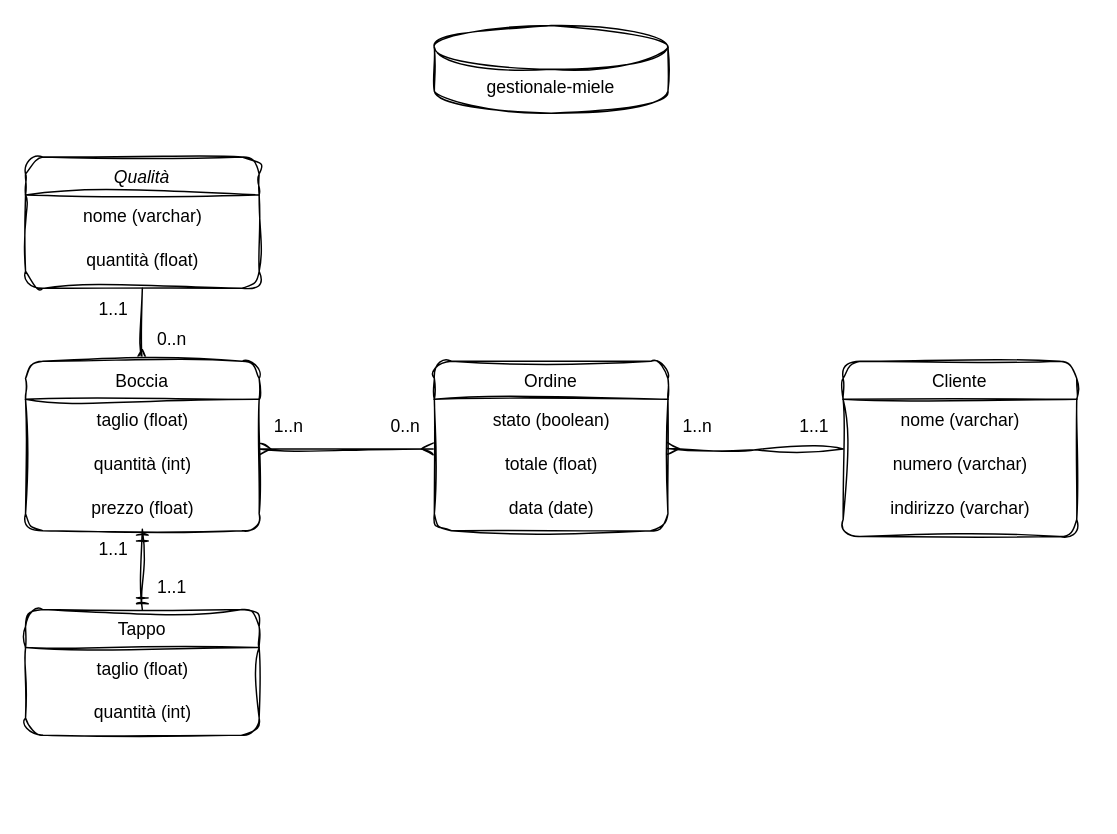
Before: gestionale-miele.drawio in DanieleSpuria/gestionale-miele, a draw.io diagram. Source tidied: cells renumbered, new cells numbered last; positions are measured from the earlier drawing's top-left corner, leaving out a move shared by most shapes. Both pictures are drawn from the tidied source at 146%, with x=0, y=0 at pixel (25, 25).
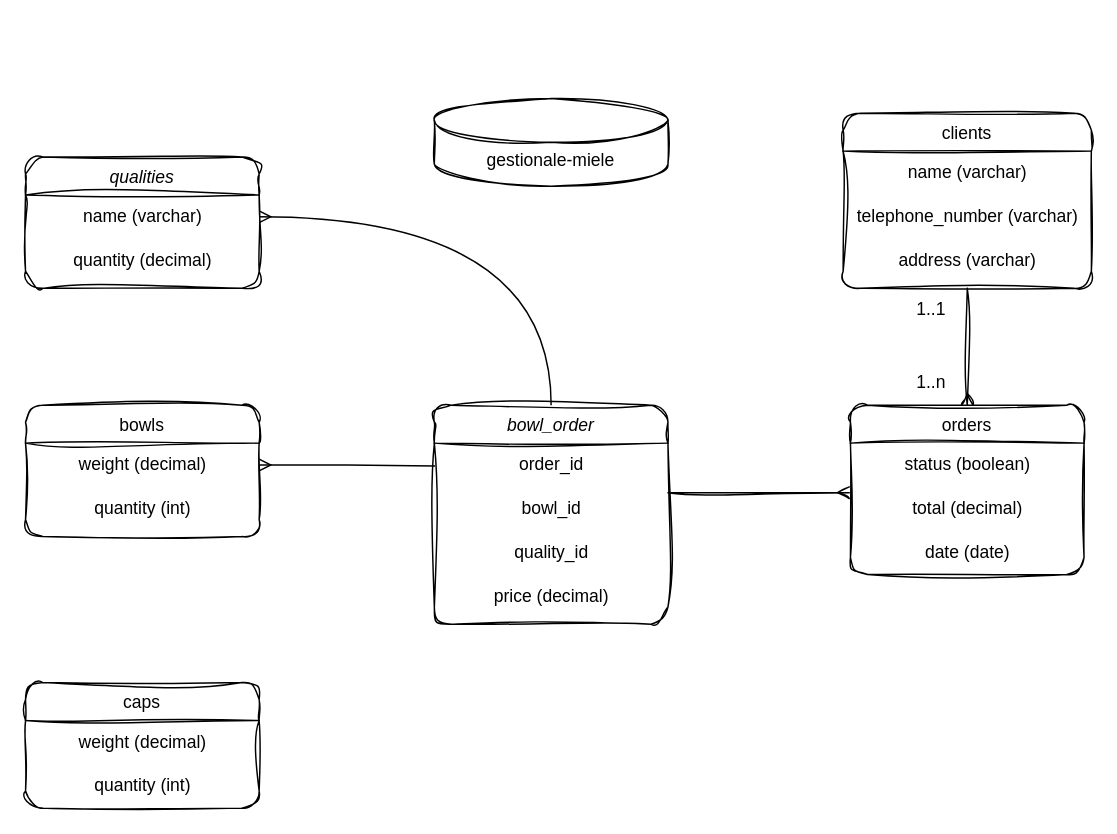
The same diagram, later.

Change to the diagram source:
```diff
@@
-    <mxCell id="2" value="Qualità" style="swimlane;fontStyle=2;align=center;verticalAlign=top;horizontal=1;startSize=26;rounded=1;shadow=0;strokeWidth=1;glass=0;swimlaneLine=1;gradientColor=none;sketch=1;curveFitting=1;jiggle=2;" parent="1" vertex="1">
+    <mxCell id="2" value="qualities" style="swimlane;fontStyle=2;align=center;verticalAlign=top;horizontal=1;startSize=26;rounded=1;shadow=0;strokeWidth=1;glass=0;swimlaneLine=1;gradientColor=none;sketch=1;curveFitting=1;jiggle=2;" parent="1" vertex="1">
       <mxGeometry y="90" width="160" height="90" as="geometry" />
     </mxCell>
-    <mxCell id="3" value="nome (varchar)" style="text;html=1;align=center;verticalAlign=middle;points=[];strokeColor=none;fillColor=none;sketch=1;curveFitting=1;jiggle=2;" parent="2" vertex="1">
+    <mxCell id="3" value="name (varchar)" style="text;html=1;align=center;verticalAlign=middle;points=[];strokeColor=none;fillColor=none;sketch=1;curveFitting=1;jiggle=2;" parent="2" vertex="1">
       <mxGeometry y="26" width="160" height="30" as="geometry" />
     </mxCell>
-    <mxCell id="4" value="quantità (float)" style="text;html=1;align=center;verticalAlign=middle;strokeColor=none;fillColor=none;sketch=1;curveFitting=1;jiggle=2;" parent="2" vertex="1">
+    <mxCell id="4" value="quantity (decimal)" style="text;html=1;align=center;verticalAlign=middle;strokeColor=none;fillColor=none;sketch=1;curveFitting=1;jiggle=2;" parent="2" vertex="1">
       <mxGeometry y="56" width="160" height="30" as="geometry" />
     </mxCell>
-    <mxCell id="5" style="edgeStyle=orthogonalEdgeStyle;rounded=0;jettySize=auto;html=1;exitX=0.5;exitY=0;exitDx=0;exitDy=0;entryX=0.5;entryY=1;entryDx=0;entryDy=0;endArrow=none;endFill=0;startArrow=ERmany;startFill=0;sketch=1;curveFitting=1;jiggle=2;" parent="1" edge="1" source="6" target="2">
-      <mxGeometry relative="1" as="geometry" />
-    </mxCell>
-    <mxCell id="6" value="Boccia" style="swimlane;fontStyle=0;align=center;verticalAlign=top;horizontal=1;startSize=26;rounded=1;shadow=0;strokeWidth=1;gradientColor=none;sketch=1;curveFitting=1;jiggle=2;" parent="1" vertex="1">
-      <mxGeometry y="230" width="160" height="116" as="geometry" />
+    <mxCell id="6" value="bowls" style="swimlane;fontStyle=0;align=center;verticalAlign=top;horizontal=1;startSize=26;rounded=1;shadow=0;strokeWidth=1;gradientColor=none;sketch=1;curveFitting=1;jiggle=2;" parent="1" vertex="1">
+      <mxGeometry y="260" width="160" height="90" as="geometry" />
     </mxCell>
-    <mxCell id="7" value="taglio (float)" style="text;html=1;align=center;verticalAlign=middle;points=[];strokeColor=none;fillColor=none;sketch=1;curveFitting=1;jiggle=2;" parent="6" vertex="1">
+    <mxCell id="7" value="weight (decimal)" style="text;html=1;align=center;verticalAlign=middle;points=[];strokeColor=none;fillColor=none;sketch=1;curveFitting=1;jiggle=2;" parent="6" vertex="1">
       <mxGeometry y="26" width="160" height="30" as="geometry" />
     </mxCell>
-    <mxCell id="8" value="quantità (int)" style="text;html=1;align=center;verticalAlign=middle;strokeColor=none;fillColor=none;" parent="6" vertex="1">
+    <mxCell id="8" value="quantity (int)" style="text;html=1;align=center;verticalAlign=middle;strokeColor=none;fillColor=none;" parent="6" vertex="1">
       <mxGeometry y="56" width="160" height="30" as="geometry" />
     </mxCell>
-    <mxCell id="9" value="prezzo (float)" style="text;html=1;align=center;verticalAlign=middle;points=[];strokeColor=none;fillColor=none;" parent="6" vertex="1">
-      <mxGeometry y="86" width="160" height="30" as="geometry" />
-    </mxCell>
-    <mxCell id="10" value="Cliente" style="swimlane;fontStyle=0;align=center;verticalAlign=top;horizontal=1;startSize=26;rounded=1;shadow=0;strokeWidth=1;gradientColor=none;sketch=1;curveFitting=1;jiggle=2;" parent="1" vertex="1">
-      <mxGeometry x="560" y="230" width="160" height="120" as="geometry" />
+    <mxCell id="10" value="clients" style="swimlane;fontStyle=0;align=center;verticalAlign=top;horizontal=1;startSize=26;rounded=1;shadow=0;strokeWidth=1;gradientColor=none;sketch=1;curveFitting=1;jiggle=2;" parent="1" vertex="1">
+      <mxGeometry x="560" y="60" width="170" height="120" as="geometry" />
     </mxCell>
-    <mxCell id="11" value="nome (varchar)" style="text;html=1;align=center;verticalAlign=middle;strokeColor=none;fillColor=none;" parent="10" vertex="1">
-      <mxGeometry y="26" width="160" height="30" as="geometry" />
+    <mxCell id="11" value="name (varchar)" style="text;html=1;align=center;verticalAlign=middle;strokeColor=none;fillColor=none;" parent="10" vertex="1">
+      <mxGeometry y="26" width="170" height="30" as="geometry" />
     </mxCell>
-    <mxCell id="12" value="numero (varchar)" style="text;html=1;align=center;verticalAlign=middle;strokeColor=none;fillColor=none;" parent="10" vertex="1">
-      <mxGeometry y="56" width="160" height="30" as="geometry" />
+    <mxCell id="12" value="telephone_number (varchar)" style="text;html=1;align=center;verticalAlign=middle;strokeColor=none;fillColor=none;" parent="10" vertex="1">
+      <mxGeometry y="56" width="170" height="30" as="geometry" />
     </mxCell>
-    <mxCell id="13" value="indirizzo (varchar)" style="text;html=1;align=center;verticalAlign=middle;strokeColor=none;fillColor=none;" parent="10" vertex="1">
-      <mxGeometry y="86" width="160" height="30" as="geometry" />
+    <mxCell id="13" value="address (varchar)" style="text;html=1;align=center;verticalAlign=middle;strokeColor=none;fillColor=none;" parent="10" vertex="1">
+      <mxGeometry y="86" width="170" height="30" as="geometry" />
     </mxCell>
-    <mxCell id="14" value="Ordine&#10;" style="swimlane;fontStyle=0;align=center;verticalAlign=top;horizontal=1;startSize=26;rounded=1;shadow=0;strokeWidth=1;gradientColor=none;sketch=1;curveFitting=1;jiggle=2;" parent="1" vertex="1">
-      <mxGeometry x="280" y="230" width="160" height="116" as="geometry" />
+    <mxCell id="14" value="orders" style="swimlane;fontStyle=0;align=center;verticalAlign=top;horizontal=1;startSize=26;rounded=1;shadow=0;strokeWidth=1;gradientColor=none;sketch=1;curveFitting=1;jiggle=2;" parent="1" vertex="1">
+      <mxGeometry x="565" y="260" width="160" height="116" as="geometry" />
     </mxCell>
-    <mxCell id="15" value="stato (boolean)" style="text;html=1;align=center;verticalAlign=middle;strokeColor=none;fillColor=none;sketch=1;curveFitting=1;jiggle=2;" parent="14" vertex="1">
+    <mxCell id="15" value="status (boolean)" style="text;html=1;align=center;verticalAlign=middle;strokeColor=none;fillColor=none;sketch=1;curveFitting=1;jiggle=2;" parent="14" vertex="1">
       <mxGeometry y="26" width="160" height="30" as="geometry" />
     </mxCell>
-    <mxCell id="16" value="totale (float)" style="text;html=1;align=center;verticalAlign=middle;points=[];strokeColor=none;fillColor=none;" parent="14" vertex="1">
+    <mxCell id="16" value="total (decimal)" style="text;html=1;align=center;verticalAlign=middle;points=[];strokeColor=none;fillColor=none;" parent="14" vertex="1">
       <mxGeometry y="56" width="160" height="30" as="geometry" />
     </mxCell>
-    <mxCell id="17" value="data (date)" style="text;html=1;align=center;verticalAlign=middle;strokeColor=none;fillColor=none;sketch=1;curveFitting=1;jiggle=2;" parent="14" vertex="1">
+    <mxCell id="17" value="date (date)" style="text;html=1;align=center;verticalAlign=middle;strokeColor=none;fillColor=none;sketch=1;curveFitting=1;jiggle=2;" parent="14" vertex="1">
       <mxGeometry y="86" width="160" height="30" as="geometry" />
     </mxCell>
     <mxCell id="18" value="gestionale-miele" style="shape=cylinder3;whiteSpace=wrap;html=1;boundedLbl=1;backgroundOutline=1;size=15;gradientColor=none;sketch=1;curveFitting=1;jiggle=2;" parent="1" vertex="1">
-      <mxGeometry x="280" width="160" height="60" as="geometry" />
+      <mxGeometry x="280" y="50" width="160" height="60" as="geometry" />
     </mxCell>
-    <mxCell id="19" value="Tappo" style="swimlane;fontStyle=0;align=center;verticalAlign=top;horizontal=1;startSize=26;rounded=1;shadow=0;strokeWidth=1;gradientColor=none;sketch=1;curveFitting=1;jiggle=2;" parent="1" vertex="1">
-      <mxGeometry y="400" width="160" height="86" as="geometry" />
+    <mxCell id="19" value="caps" style="swimlane;fontStyle=0;align=center;verticalAlign=top;horizontal=1;startSize=26;rounded=1;shadow=0;strokeWidth=1;gradientColor=none;sketch=1;curveFitting=1;jiggle=2;" parent="1" vertex="1">
+      <mxGeometry y="450" width="160" height="86" as="geometry" />
     </mxCell>
-    <mxCell id="20" value="taglio (float)" style="text;html=1;align=center;verticalAlign=middle;strokeColor=none;fillColor=none;" parent="19" vertex="1">
+    <mxCell id="20" value="weight (decimal)" style="text;html=1;align=center;verticalAlign=middle;strokeColor=none;fillColor=none;" parent="19" vertex="1">
       <mxGeometry y="26" width="160" height="30" as="geometry" />
     </mxCell>
-    <mxCell id="21" value="quantità (int)" style="text;html=1;align=center;verticalAlign=middle;strokeColor=none;fillColor=none;" parent="19" vertex="1">
+    <mxCell id="21" value="quantity (int)" style="text;html=1;align=center;verticalAlign=middle;strokeColor=none;fillColor=none;" parent="19" vertex="1">
       <mxGeometry y="56" width="160" height="30" as="geometry" />
     </mxCell>
-    <mxCell id="22" style="fontSize=12;html=1;endArrow=ERmany;startArrow=ERmany;rounded=0;entryX=-0.005;entryY=0.133;entryDx=0;entryDy=0;entryPerimeter=0;sketch=1;curveFitting=1;jiggle=2;" parent="1" edge="1" target="16">
+    <mxCell id="22" style="fontSize=12;html=1;endArrow=ERmany;startArrow=none;rounded=0;entryX=-0.005;entryY=0.133;entryDx=0;entryDy=0;entryPerimeter=0;sketch=1;curveFitting=1;jiggle=2;startFill=0;" parent="1" edge="1" target="16">
       <mxGeometry relative="1" as="geometry">
-        <mxPoint x="160" y="290" as="sourcePoint" />
+        <mxPoint x="440" y="320" as="sourcePoint" />
       </mxGeometry>
     </mxCell>
-    <mxCell id="23" value="1..n" style="text;html=1;align=center;verticalAlign=middle;strokeColor=none;fillColor=none;sketch=1;curveFitting=1;jiggle=2;" parent="1" vertex="1">
-      <mxGeometry x="160" y="260" width="40" height="30" as="geometry" />
-    </mxCell>
-    <mxCell id="24" value="0..n" style="text;html=1;align=center;verticalAlign=middle;strokeColor=none;fillColor=none;sketch=1;curveFitting=1;jiggle=2;" parent="1" vertex="1">
-      <mxGeometry x="240" y="260" width="40" height="30" as="geometry" />
-    </mxCell>
-    <mxCell id="25" value="1..1" style="text;html=1;align=center;verticalAlign=middle;strokeColor=none;fillColor=none;sketch=1;curveFitting=1;jiggle=2;" parent="1" vertex="1">
-      <mxGeometry x="40" y="180" width="40" height="30" as="geometry" />
-    </mxCell>
-    <mxCell id="26" value="0..n" style="text;html=1;align=center;verticalAlign=middle;strokeColor=none;fillColor=none;sketch=1;curveFitting=1;jiggle=2;" parent="1" vertex="1">
-      <mxGeometry x="80" y="200" width="40" height="30" as="geometry" />
-    </mxCell>
-    <mxCell id="27" style="edgeStyle=orthogonalEdgeStyle;rounded=0;jettySize=auto;html=1;endArrow=ERmany;endFill=0;entryX=0.998;entryY=0.121;entryDx=0;entryDy=0;entryPerimeter=0;sketch=1;curveFitting=1;jiggle=2;" parent="1" edge="1" target="16">
-      <mxGeometry relative="1" as="geometry">
-        <mxPoint x="560" y="290" as="sourcePoint" />
-      </mxGeometry>
+    <mxCell id="27" style="rounded=0;jettySize=auto;html=1;endArrow=ERmany;endFill=0;entryX=0.5;entryY=0;entryDx=0;entryDy=0;sketch=1;curveFitting=1;jiggle=2;exitX=0.5;exitY=1;exitDx=0;exitDy=0;" parent="1" edge="1" source="10" target="14">
+      <mxGeometry relative="1" as="geometry" />
     </mxCell>
     <mxCell id="28" value="1..n" style="text;html=1;align=center;verticalAlign=middle;strokeColor=none;fillColor=none;sketch=1;curveFitting=1;jiggle=2;" parent="1" vertex="1">
-      <mxGeometry x="440" y="260" width="40" height="30" as="geometry" />
+      <mxGeometry x="600" y="230" width="40" height="30" as="geometry" />
     </mxCell>
     <mxCell id="29" value="1..1" style="text;html=1;align=center;verticalAlign=middle;strokeColor=none;fillColor=none;sketch=1;curveFitting=1;jiggle=2;" parent="1" vertex="1">
-      <mxGeometry x="520" y="260" width="40" height="30" as="geometry" />
+      <mxGeometry x="600" y="180" width="40" height="30" as="geometry" />
     </mxCell>
-    <mxCell id="30" style="fontSize=12;html=1;endArrow=ERmandOne;startArrow=ERmandOne;rounded=0;entryX=0.5;entryY=0.967;entryDx=0;entryDy=0;entryPerimeter=0;exitX=0.5;exitY=0;exitDx=0;exitDy=0;sketch=1;curveFitting=1;jiggle=2;" parent="1" edge="1" source="19" target="9">
-      <mxGeometry relative="1" as="geometry" />
-    </mxCell>
-    <mxCell id="31" value="1..1" style="text;html=1;align=center;verticalAlign=middle;strokeColor=none;fillColor=none;sketch=1;curveFitting=1;jiggle=2;" parent="1" vertex="1">
-      <mxGeometry x="40" y="344" width="40" height="30" as="geometry" />
-    </mxCell>
-    <mxCell id="32" value="1..1" style="text;html=1;align=center;verticalAlign=middle;strokeColor=none;fillColor=none;sketch=1;curveFitting=1;jiggle=2;" parent="1" vertex="1">
-      <mxGeometry x="80" y="370" width="40" height="30" as="geometry" />
-    </mxCell>
+    <mxCell id="33" value="bowl_order" style="swimlane;fontStyle=2;align=center;verticalAlign=top;horizontal=1;startSize=26;rounded=1;shadow=0;strokeWidth=1;glass=0;swimlaneLine=1;gradientColor=none;swimlaneFillColor=none;strokeColor=default;sketch=1;curveFitting=1;jiggle=2;" parent="1" vertex="1">
+      <mxGeometry x="280" y="260" width="160" height="150" as="geometry" />
+    </mxCell>
+    <mxCell id="34" value="order_id" style="text;html=1;align=center;verticalAlign=middle;points=[];strokeColor=none;fillColor=none;sketch=1;curveFitting=1;jiggle=2;" parent="33" vertex="1">
+      <mxGeometry y="26" width="160" height="30" as="geometry" />
+    </mxCell>
+    <mxCell id="35" value="bowl_id" style="text;html=1;align=center;verticalAlign=middle;strokeColor=none;fillColor=none;sketch=1;curveFitting=1;jiggle=2;" parent="33" vertex="1">
+      <mxGeometry y="56" width="160" height="30" as="geometry" />
+    </mxCell>
+    <mxCell id="36" value="quality_id" style="text;html=1;align=center;verticalAlign=middle;strokeColor=none;fillColor=none;" parent="33" vertex="1">
+      <mxGeometry y="86" width="160" height="30" as="geometry" />
+    </mxCell>
+    <mxCell id="37" value="price (decimal)" style="text;html=1;align=center;verticalAlign=middle;strokeColor=none;fillColor=none;sketch=1;curveFitting=1;jiggle=2;" parent="33" vertex="1">
+      <mxGeometry y="116" width="160" height="30" as="geometry" />
+    </mxCell>
+    <mxCell id="38" style="edgeStyle=orthogonalEdgeStyle;rounded=0;jettySize=auto;html=1;entryX=0.003;entryY=0.523;entryDx=0;entryDy=0;entryPerimeter=0;endArrow=none;endFill=0;startArrow=ERmany;startFill=0;" parent="1" edge="1" source="7" target="34">
+      <mxGeometry relative="1" as="geometry" />
+    </mxCell>
+    <mxCell id="39" style="edgeStyle=orthogonalEdgeStyle;rounded=0;jettySize=auto;html=1;entryX=0.5;entryY=0;entryDx=0;entryDy=0;curved=1;endArrow=none;endFill=0;startArrow=ERmany;startFill=0;" parent="1" edge="1" source="3" target="33">
+      <mxGeometry relative="1" as="geometry" />
+    </mxCell>
```
